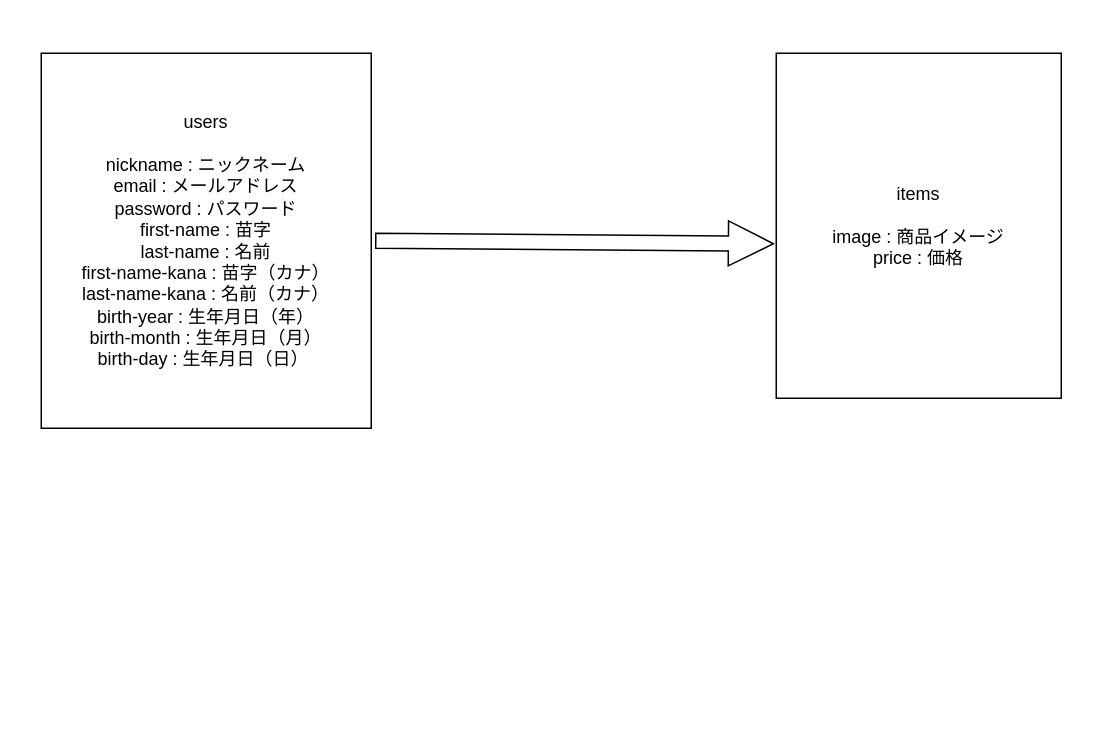
Above: erfigure.drawio in Toshi0619/furima-29092 (draw.io), before the change. Source tidied: cells renumbered, new cells numbered last; positions are measured from the earlier drawing's top-left corner, leaving out a move shared by most shapes. Both pictures are drawn from the tidied source at 150%, with x=0, y=0 at pixel (40, 52).
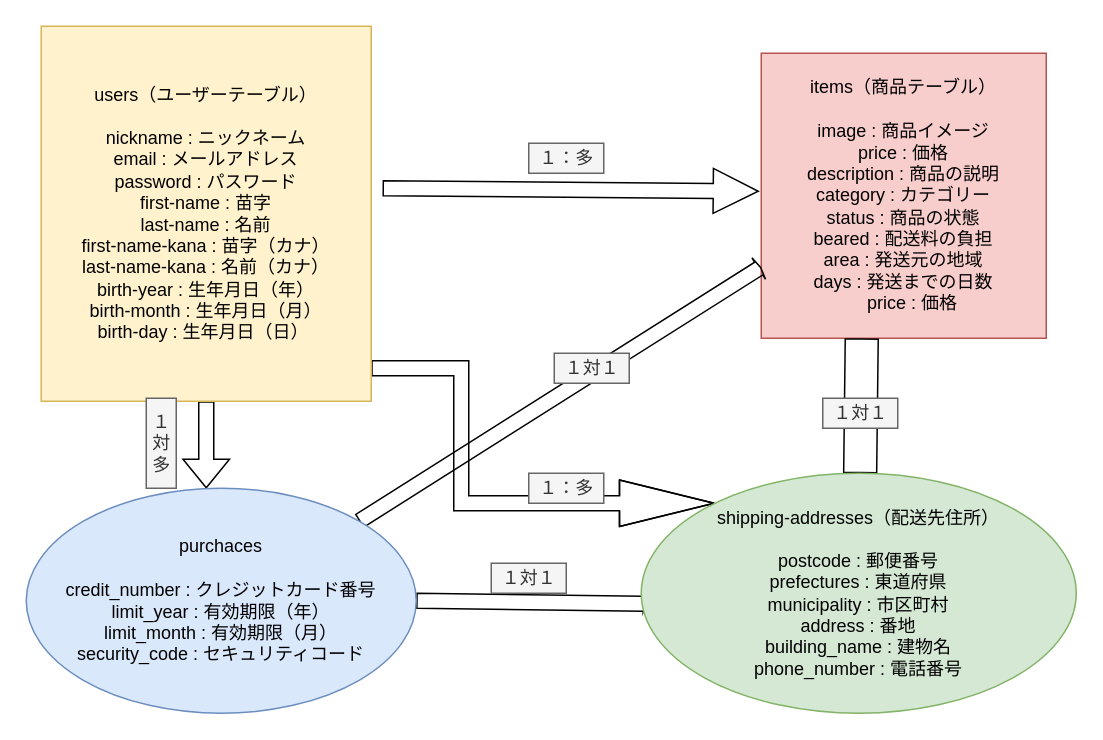
The same diagram, later.

What changed in the source:
```diff
@@
-    <mxCell id="2" style="edgeStyle=orthogonalEdgeStyle;shape=arrow;rounded=0;orthogonalLoop=1;jettySize=auto;html=1;entryX=-0.026;entryY=0.552;entryDx=0;entryDy=0;entryPerimeter=0;" parent="1" edge="1">
+    <mxCell id="2" style="edgeStyle=orthogonalEdgeStyle;shape=arrow;rounded=0;orthogonalLoop=1;jettySize=auto;html=1;" parent="1" edge="1">
       <mxGeometry relative="1" as="geometry">
-        <mxPoint x="223" y="125" as="sourcePoint" />
-        <mxPoint x="488.1" y="127" as="targetPoint" />
+        <mxPoint x="228" y="90" as="sourcePoint" />
+        <mxPoint x="478" y="92" as="targetPoint" />
       </mxGeometry>
     </mxCell>
+    <mxCell id="5" style="edgeStyle=orthogonalEdgeStyle;shape=flexArrow;rounded=0;jumpSize=13;jettySize=auto;html=1;fontColor=#000000;" parent="1" edge="1" source="3" target="9">
+      <mxGeometry relative="1" as="geometry">
+        <Array as="points">
+          <mxPoint x="110" y="310" />
+          <mxPoint x="110" y="310" />
+        </Array>
+      </mxGeometry>
+    </mxCell>
+    <mxCell id="6" style="edgeStyle=orthogonalEdgeStyle;shape=flexArrow;rounded=0;jumpSize=13;jettySize=auto;html=1;fontColor=#000000;width=10;endSize=20.7;" parent="1" edge="1" source="3" target="11">
+      <mxGeometry relative="1" as="geometry">
+        <Array as="points">
+          <mxPoint x="280" y="210" />
+          <mxPoint x="280" y="300" />
+        </Array>
+      </mxGeometry>
+    </mxCell>
-    <mxCell id="3" value="users&lt;br&gt;&lt;br&gt;nickname : ニックネーム&lt;br&gt;email : メールアドレス&lt;br&gt;password : パスワード&lt;br&gt;first-name : 苗字&lt;br&gt;last-name : 名前&lt;br&gt;first-name-kana : 苗字（カナ）&lt;br&gt;last-name-kana : 名前（カナ）&lt;br&gt;birth-year : 生年月日（年）&lt;br&gt;birth-month : 生年月日（月）&lt;br&gt;birth-day : 生年月日（日）&amp;nbsp;" style="whiteSpace=wrap;html=1;" parent="1" vertex="1">
-      <mxGeometry width="220" height="250" as="geometry" />
+    <mxCell id="3" value="users（ユーザーテーブル）&lt;br&gt;&lt;br&gt;nickname : ニックネーム&lt;br&gt;email : メールアドレス&lt;br&gt;password : パスワード&lt;br&gt;first-name : 苗字&lt;br&gt;last-name : 名前&lt;br&gt;first-name-kana : 苗字（カナ）&lt;br&gt;last-name-kana : 名前（カナ）&lt;br&gt;birth-year : 生年月日（年）&lt;br&gt;birth-month : 生年月日（月）&lt;br&gt;birth-day : 生年月日（日）&amp;nbsp;" style="whiteSpace=wrap;html=1;fillColor=#fff2cc;strokeColor=#d6b656;fontColor=#000000;" parent="1" vertex="1">
+      <mxGeometry y="-18" width="220" height="250" as="geometry" />
     </mxCell>
-    <mxCell id="4" value="items&lt;br&gt;&lt;br&gt;image : 商品イメージ&lt;br&gt;price : 価格" style="whiteSpace=wrap;html=1;" parent="1" vertex="1">
-      <mxGeometry x="490" width="190" height="230" as="geometry" />
+    <mxCell id="4" value="items（商品テーブル）&lt;br&gt;&lt;br&gt;image : 商品イメージ&lt;br&gt;price : 価格&lt;br&gt;description : 商品の説明&lt;br&gt;category : カテゴリー&lt;br&gt;status : 商品の状態&lt;br&gt;beared : 配送料の負担&lt;br&gt;area : 発送元の地域&lt;br&gt;days : 発送までの日数&lt;br&gt;　price : 価格" style="whiteSpace=wrap;html=1;fillColor=#f8cecc;strokeColor=#b85450;fontColor=#000000;" parent="1" vertex="1">
+      <mxGeometry x="480" width="190" height="190" as="geometry" />
     </mxCell>
+    <mxCell id="7" style="edgeStyle=none;shape=flexArrow;rounded=0;jumpSize=13;jettySize=auto;html=1;exitX=1;exitY=0;exitDx=0;exitDy=0;entryX=0;entryY=0.75;entryDx=0;entryDy=0;fontColor=#000000;endWidth=6;endSize=0.16;" parent="1" edge="1" source="9" target="4">
+      <mxGeometry relative="1" as="geometry" />
+    </mxCell>
+    <mxCell id="8" style="edgeStyle=none;shape=flexArrow;rounded=0;jumpSize=13;jettySize=auto;html=1;entryX=-0.014;entryY=0.544;entryDx=0;entryDy=0;entryPerimeter=0;fontColor=#000000;endWidth=0;endSize=0.35;exitX=1;exitY=0.5;exitDx=0;exitDy=0;" parent="1" edge="1" source="9">
+      <mxGeometry relative="1" as="geometry">
+        <mxPoint x="403.9" y="367" as="targetPoint" />
+      </mxGeometry>
+    </mxCell>
+    <mxCell id="9" value="purchaces&lt;br&gt;&lt;br&gt;credit_number : クレジットカード番号&lt;br&gt;limit_year : 有効期限（年）&lt;br&gt;limit_month : 有効期限（月）&lt;br&gt;security_code : セキュリティコード" style="ellipse;whiteSpace=wrap;html=1;fillColor=#dae8fc;strokeColor=#6c8ebf;fontColor=#000000;" parent="1" vertex="1">
+      <mxGeometry x="-10" y="290" width="260" height="150" as="geometry" />
+    </mxCell>
+    <mxCell id="10" style="edgeStyle=none;shape=flexArrow;rounded=0;jumpSize=13;jettySize=auto;html=1;fontColor=#000000;width=22;endSize=-0.3;endWidth=0;" parent="1" edge="1" source="11">
+      <mxGeometry relative="1" as="geometry">
+        <mxPoint x="547" y="190" as="targetPoint" />
+      </mxGeometry>
+    </mxCell>
+    <mxCell id="11" value="shipping-addresses（配送先住所）&lt;br&gt;&lt;br&gt;postcode : 郵便番号&lt;br&gt;prefectures : 東道府県&lt;br&gt;municipality : 市区町村&lt;br&gt;address : 番地&lt;br&gt;building_name : 建物名&lt;br&gt;phone_number : 電話番号" style="ellipse;whiteSpace=wrap;html=1;fillColor=#d5e8d4;strokeColor=#82b366;fontColor=#000000;" parent="1" vertex="1">
+      <mxGeometry x="400" y="280" width="290" height="160" as="geometry" />
+    </mxCell>
+    <mxCell id="12" value="１：多" style="text;html=1;align=center;verticalAlign=middle;fillColor=#f5f5f5;strokeColor=#666666;rounded=0;fontColor=#333333;" parent="1" vertex="1">
+      <mxGeometry x="325" y="60" width="50" height="20" as="geometry" />
+    </mxCell>
+    <mxCell id="13" value="１対１" style="text;html=1;align=center;verticalAlign=middle;fillColor=#f5f5f5;strokeColor=#666666;rounded=0;fontColor=#333333;" parent="1" vertex="1">
+      <mxGeometry x="342" y="200" width="50" height="20" as="geometry" />
+    </mxCell>
+    <mxCell id="14" value="１対１" style="text;html=1;align=center;verticalAlign=middle;fillColor=#f5f5f5;strokeColor=#666666;rounded=0;fontColor=#333333;" parent="1" vertex="1">
+      <mxGeometry x="521" y="230" width="50" height="20" as="geometry" />
+    </mxCell>
+    <mxCell id="15" value="１対１" style="text;html=1;align=center;verticalAlign=middle;fillColor=#f5f5f5;strokeColor=#666666;rounded=0;fontColor=#333333;" parent="1" vertex="1">
+      <mxGeometry x="300" y="340" width="50" height="20" as="geometry" />
+    </mxCell>
+    <mxCell id="16" value="１&lt;br&gt;対&lt;br&gt;多" style="text;html=1;align=center;verticalAlign=middle;fillColor=#f5f5f5;strokeColor=#666666;rounded=0;fontColor=#333333;rotation=90;horizontal=0;" parent="1" vertex="1">
+      <mxGeometry x="50" y="250" width="60" height="20" as="geometry" />
+    </mxCell>
+    <mxCell id="17" value="１：多" style="text;html=1;align=center;verticalAlign=middle;fillColor=#f5f5f5;strokeColor=#666666;rounded=0;fontColor=#333333;" parent="1" vertex="1">
+      <mxGeometry x="325" y="280" width="50" height="20" as="geometry" />
+    </mxCell>
```
